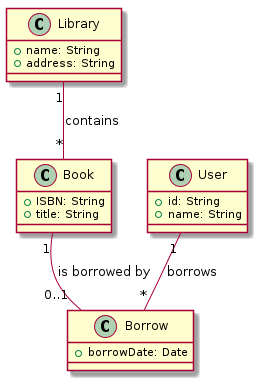
The PlantUML diagram outputs/single_agent/exercise_05/diagram_generated.png in Tom-KB/Generating-and-Correcting-Design-Diagrams-with-LLMs, before a commit.
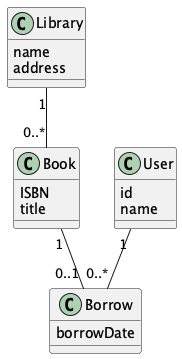
Later version of the same file.

Change to the diagram source:
```diff
@@ -1,25 +1,28 @@
 @startuml
+
 class Library {
-    +name: String
-    +address: String
+    name
+    address
 }
 
 class Book {
-    +ISBN: String
-    +title: String
+    ISBN
+    title
 }
 
 class User {
-    +id: String
-    +name: String
+    id
+    name
 }
 
 class Borrow {
-    +borrowDate: Date
+    borrowDate
 }
 
-Library "1" -- "*" Book : contains
-User "1" -- "*" Borrow : borrows
-Book "1" -- "0..1" Borrow : is borrowed by
+Library "1" -- "0..*" Book
+
+User "1" -- "0..*" Borrow
+
+Book "1" -- "0..1" Borrow
 
 @enduml
```
